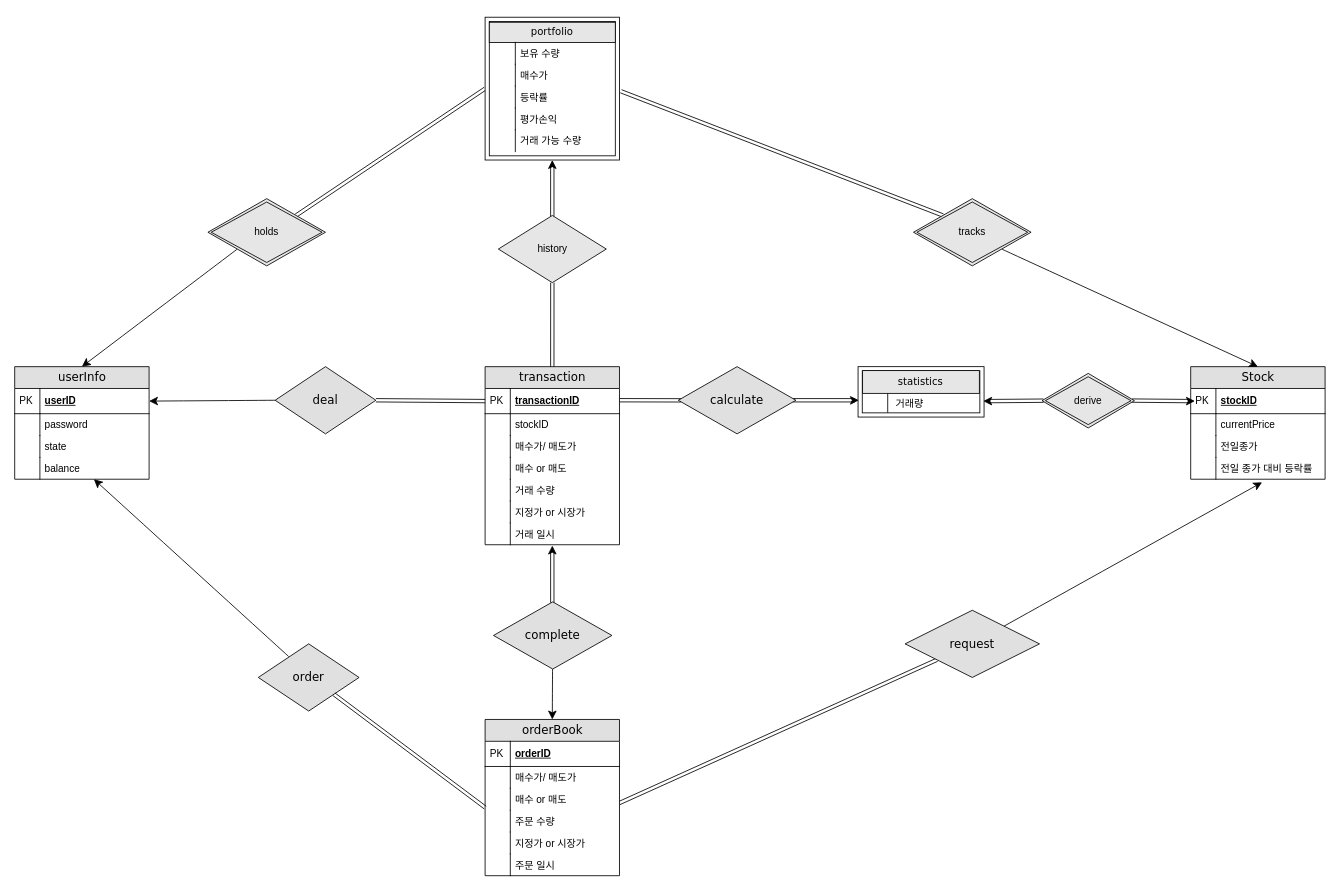
Earlier version of the draw.io diagram page "ER diagram" (2 of 4) of 제목 없는 다이어그램.drawio (juri1135/DBMS_2024). Source tidied: cells renumbered, new cells numbered last; positions are measured from the earlier drawing's top-left corner, leaving out a move shared by most shapes. Both pictures are drawn from the tidied source at 84%, with x=0, y=0 at pixel (14, 17).
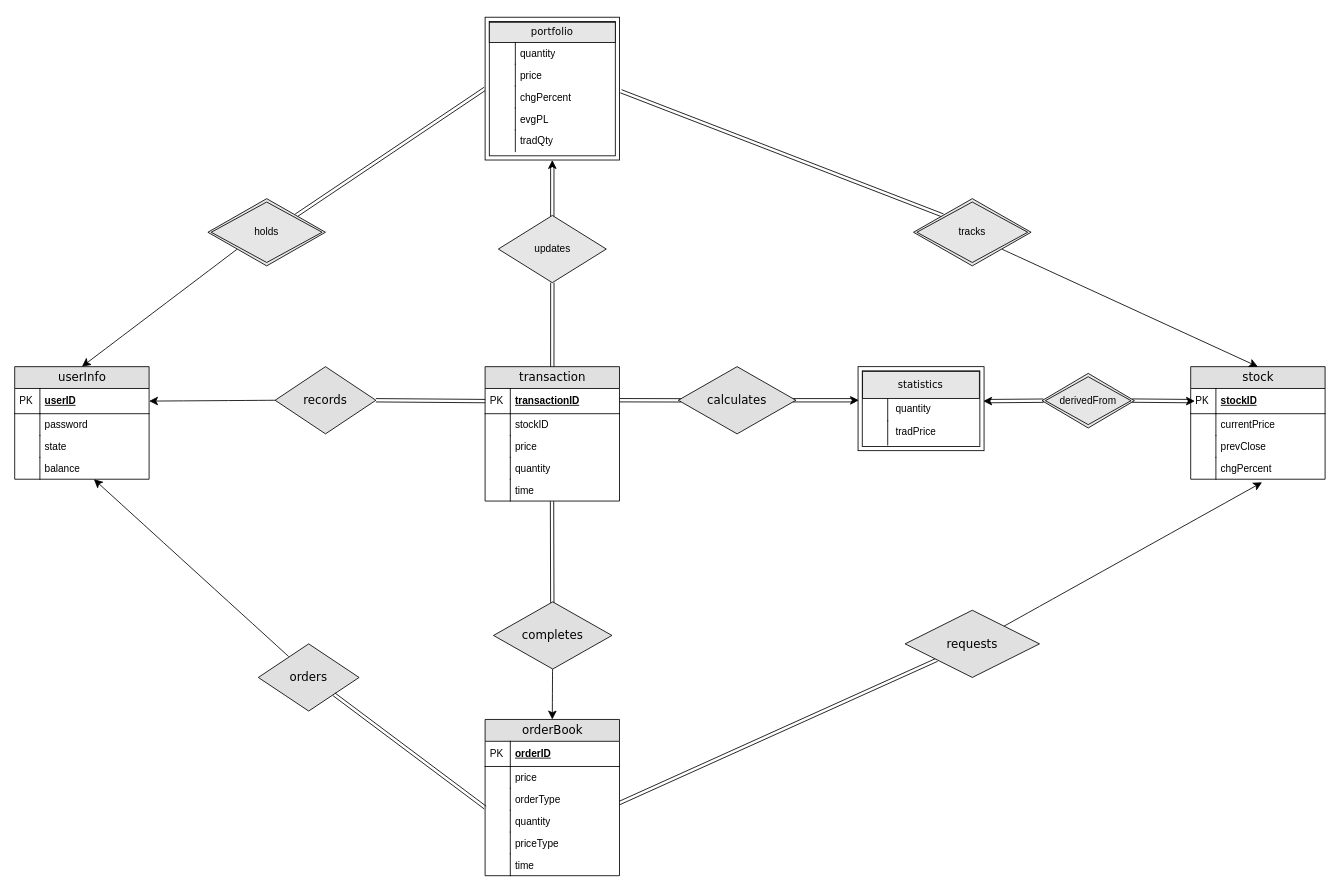
Above is the later version.

The change refers to these unchanged cells:
```xml
<mxCell id="18" value="orderBook" style="swimlane;html=1;fontStyle=0;horizontal=1;startSize=26;fillColor=#e0e0e0;swimlaneFillColor=#ffffff;align=center;rounded=0;shadow=0;comic=0;labelBackgroundColor=none;strokeWidth=1;fontFamily=Verdana;fontSize=14;" parent="1" vertex="1">
  <mxGeometry x="560" y="836" width="160" height="186" as="geometry" />
</mxCell>
```

Diff of the diagram source:
```diff
@@
     <mxCell id="2" value="transaction" style="swimlane;html=1;fontStyle=0;horizontal=1;startSize=26;fillColor=#e0e0e0;swimlaneFillColor=#ffffff;align=center;rounded=0;shadow=0;comic=0;labelBackgroundColor=none;strokeWidth=1;fontFamily=Verdana;fontSize=14;" parent="1" vertex="1">
-      <mxGeometry x="560" y="416" width="160" height="212" as="geometry" />
+      <mxGeometry x="560" y="416" width="160" height="160" as="geometry" />
     </mxCell>
@@
-    <mxCell id="7" value="매수가/ 매도가" style="shape=partialRectangle;top=0;left=0;right=0;bottom=0;html=1;align=left;verticalAlign=top;fillColor=none;spacingLeft=34;spacingRight=4;whiteSpace=wrap;overflow=hidden;" parent="2" vertex="1">
+    <mxCell id="7" value="price " style="shape=partialRectangle;top=0;left=0;right=0;bottom=0;html=1;align=left;verticalAlign=top;fillColor=none;spacingLeft=34;spacingRight=4;whiteSpace=wrap;overflow=hidden;" parent="2" vertex="1">
       <mxGeometry y="82" width="160" height="26" as="geometry" />
     </mxCell>
@@
-    <mxCell id="9" value="매수 or 매도" style="shape=partialRectangle;top=0;left=0;right=0;bottom=0;html=1;align=left;verticalAlign=top;fillColor=none;spacingLeft=34;spacingRight=4;whiteSpace=wrap;overflow=hidden;" parent="2" vertex="1">
-      <mxGeometry y="108" width="160" height="26" as="geometry" />
-    </mxCell>
-    <mxCell id="10" style="shape=partialRectangle;top=0;left=0;bottom=0;html=1;fillColor=none;align=left;verticalAlign=top;spacingLeft=4;spacingRight=4;whiteSpace=wrap;overflow=hidden;" parent="9" vertex="1">
-      <mxGeometry width="30" height="26" as="geometry" />
-    </mxCell>
-    <mxCell id="11" value="거래 수량" style="shape=partialRectangle;top=0;left=0;right=0;bottom=0;html=1;align=left;verticalAlign=top;fillColor=none;spacingLeft=34;spacingRight=4;whiteSpace=wrap;overflow=hidden;" parent="2" vertex="1">
-      <mxGeometry y="134" width="160" height="26" as="geometry" />
+    <mxCell id="11" value="quantity" style="shape=partialRectangle;top=0;left=0;right=0;bottom=0;html=1;align=left;verticalAlign=top;fillColor=none;spacingLeft=34;spacingRight=4;whiteSpace=wrap;overflow=hidden;" parent="2" vertex="1">
+      <mxGeometry y="108" width="160" height="26" as="geometry" />
     </mxCell>
@@
-    <mxCell id="13" value="지정가 or 시장가" style="shape=partialRectangle;top=0;left=0;right=0;bottom=0;html=1;align=left;verticalAlign=top;fillColor=none;spacingLeft=34;spacingRight=4;whiteSpace=wrap;overflow=hidden;" parent="2" vertex="1">
-      <mxGeometry y="160" width="160" height="26" as="geometry" />
-    </mxCell>
-    <mxCell id="14" style="shape=partialRectangle;top=0;left=0;bottom=0;html=1;fillColor=none;align=left;verticalAlign=top;spacingLeft=4;spacingRight=4;whiteSpace=wrap;overflow=hidden;" parent="13" vertex="1">
-      <mxGeometry width="30" height="26" as="geometry" />
-    </mxCell>
-    <mxCell id="15" value="거래 일시&lt;div&gt;&lt;br&gt;&lt;/div&gt;" style="shape=partialRectangle;top=0;left=0;right=0;bottom=0;html=1;align=left;verticalAlign=top;fillColor=none;spacingLeft=34;spacingRight=4;whiteSpace=wrap;overflow=hidden;points=[[0,0.5],[1,0.5]];portConstraint=eastwest;" parent="2" vertex="1">
-      <mxGeometry y="186" width="160" height="26" as="geometry" />
+    <mxCell id="15" value="time&lt;div&gt;&lt;br&gt;&lt;/div&gt;" style="shape=partialRectangle;top=0;left=0;right=0;bottom=0;html=1;align=left;verticalAlign=top;fillColor=none;spacingLeft=34;spacingRight=4;whiteSpace=wrap;overflow=hidden;points=[[0,0.5],[1,0.5]];portConstraint=eastwest;" parent="2" vertex="1">
+      <mxGeometry y="134" width="160" height="26" as="geometry" />
     </mxCell>
@@
-    <mxCell id="21" value="매수가/ 매도가" style="shape=partialRectangle;top=0;left=0;right=0;bottom=0;html=1;align=left;verticalAlign=top;fillColor=none;spacingLeft=34;spacingRight=4;whiteSpace=wrap;overflow=hidden;" parent="18" vertex="1">
+    <mxCell id="21" value="price " style="shape=partialRectangle;top=0;left=0;right=0;bottom=0;html=1;align=left;verticalAlign=top;fillColor=none;spacingLeft=34;spacingRight=4;whiteSpace=wrap;overflow=hidden;" parent="18" vertex="1">
       <mxGeometry y="56" width="160" height="26" as="geometry" />
     </mxCell>
@@
-    <mxCell id="23" value="매수 or 매도" style="shape=partialRectangle;top=0;left=0;right=0;bottom=0;html=1;align=left;verticalAlign=top;fillColor=none;spacingLeft=34;spacingRight=4;whiteSpace=wrap;overflow=hidden;points=[[0,0.5],[1,0.5]];portConstraint=eastwest;" parent="18" vertex="1">
+    <mxCell id="23" value="orderType" style="shape=partialRectangle;top=0;left=0;right=0;bottom=0;html=1;align=left;verticalAlign=top;fillColor=none;spacingLeft=34;spacingRight=4;whiteSpace=wrap;overflow=hidden;points=[[0,0.5],[1,0.5]];portConstraint=eastwest;" parent="18" vertex="1">
       <mxGeometry y="82" width="160" height="26" as="geometry" />
     </mxCell>
@@
-    <mxCell id="25" value="주문 수량" style="shape=partialRectangle;top=0;left=0;right=0;bottom=0;html=1;align=left;verticalAlign=top;fillColor=none;spacingLeft=34;spacingRight=4;whiteSpace=wrap;overflow=hidden;points=[[0,0.5],[1,0.5]];portConstraint=eastwest;" parent="18" vertex="1">
+    <mxCell id="25" value="quantity" style="shape=partialRectangle;top=0;left=0;right=0;bottom=0;html=1;align=left;verticalAlign=top;fillColor=none;spacingLeft=34;spacingRight=4;whiteSpace=wrap;overflow=hidden;points=[[0,0.5],[1,0.5]];portConstraint=eastwest;" parent="18" vertex="1">
       <mxGeometry y="108" width="160" height="26" as="geometry" />
     </mxCell>
@@
-    <mxCell id="27" value="지정가 or 시장가" style="shape=partialRectangle;top=0;left=0;right=0;bottom=0;html=1;align=left;verticalAlign=top;fillColor=none;spacingLeft=34;spacingRight=4;whiteSpace=wrap;overflow=hidden;" parent="18" vertex="1">
+    <mxCell id="27" value="priceType" style="shape=partialRectangle;top=0;left=0;right=0;bottom=0;html=1;align=left;verticalAlign=top;fillColor=none;spacingLeft=34;spacingRight=4;whiteSpace=wrap;overflow=hidden;" parent="18" vertex="1">
       <mxGeometry y="134" width="160" height="26" as="geometry" />
     </mxCell>
@@
-    <mxCell id="29" value="주문 일시&lt;div&gt;&lt;br&gt;&lt;/div&gt;" style="shape=partialRectangle;top=0;left=0;right=0;bottom=0;html=1;align=left;verticalAlign=top;fillColor=none;spacingLeft=34;spacingRight=4;whiteSpace=wrap;overflow=hidden;" parent="18" vertex="1">
+    <mxCell id="29" value="time&lt;div&gt;&lt;br&gt;&lt;/div&gt;" style="shape=partialRectangle;top=0;left=0;right=0;bottom=0;html=1;align=left;verticalAlign=top;fillColor=none;spacingLeft=34;spacingRight=4;whiteSpace=wrap;overflow=hidden;" parent="18" vertex="1">
       <mxGeometry y="160" width="160" height="26" as="geometry" />
     </mxCell>
@@
-    <mxCell id="31" value="Stock" style="swimlane;html=1;fontStyle=0;horizontal=1;startSize=26;fillColor=#e0e0e0;swimlaneFillColor=#ffffff;align=center;rounded=0;shadow=0;comic=0;labelBackgroundColor=none;strokeWidth=1;fontFamily=Verdana;fontSize=14;" parent="1" vertex="1">
+    <mxCell id="31" value="stock" style="swimlane;html=1;fontStyle=0;horizontal=1;startSize=26;fillColor=#e0e0e0;swimlaneFillColor=#ffffff;align=center;rounded=0;shadow=0;comic=0;labelBackgroundColor=none;strokeWidth=1;fontFamily=Verdana;fontSize=14;" parent="1" vertex="1">
       <mxGeometry x="1400" y="416" width="160" height="134" as="geometry" />
     </mxCell>
@@
-    <mxCell id="36" value="전일종가" style="shape=partialRectangle;top=0;left=0;right=0;bottom=0;html=1;align=left;verticalAlign=top;fillColor=none;spacingLeft=34;spacingRight=4;whiteSpace=wrap;overflow=hidden;" parent="31" vertex="1">
+    <mxCell id="36" value="prevClose" style="shape=partialRectangle;top=0;left=0;right=0;bottom=0;html=1;align=left;verticalAlign=top;fillColor=none;spacingLeft=34;spacingRight=4;whiteSpace=wrap;overflow=hidden;" parent="31" vertex="1">
       <mxGeometry y="82" width="160" height="26" as="geometry" />
     </mxCell>
@@
-    <mxCell id="38" value="전일 종가 대비 등락률" style="shape=partialRectangle;top=0;left=0;right=0;bottom=0;html=1;align=left;verticalAlign=top;fillColor=none;spacingLeft=34;spacingRight=4;whiteSpace=wrap;overflow=hidden;points=[[0,0.5],[1,0.5]];portConstraint=eastwest;" parent="31" vertex="1">
+    <mxCell id="38" value="   chgPercent" style="shape=partialRectangle;top=0;left=0;right=0;bottom=0;html=1;align=left;verticalAlign=top;fillColor=none;spacingLeft=34;spacingRight=4;whiteSpace=wrap;overflow=hidden;points=[[0,0.5],[1,0.5]];portConstraint=eastwest;" parent="31" vertex="1">
       <mxGeometry y="108" width="160" height="26" as="geometry" />
     </mxCell>
@@
-    <mxCell id="51" value="deal" style="rhombus;whiteSpace=wrap;html=1;fontSize=14;fontFamily=Verdana;fillColor=#e0e0e0;fontStyle=0;startSize=26;swimlaneFillColor=#ffffff;rounded=0;shadow=0;comic=0;labelBackgroundColor=none;strokeWidth=1;" parent="1" vertex="1">
+    <mxCell id="51" value="records" style="rhombus;whiteSpace=wrap;html=1;fontSize=14;fontFamily=Verdana;fillColor=#e0e0e0;fontStyle=0;startSize=26;swimlaneFillColor=#ffffff;rounded=0;shadow=0;comic=0;labelBackgroundColor=none;strokeWidth=1;" parent="1" vertex="1">
       <mxGeometry x="310" y="416" width="120" height="80" as="geometry" />
     </mxCell>
@@
-    <mxCell id="53" value="order" style="rhombus;whiteSpace=wrap;html=1;fontSize=14;fontFamily=Verdana;fillColor=#e0e0e0;fontStyle=0;startSize=26;swimlaneFillColor=#ffffff;rounded=0;shadow=0;comic=0;labelBackgroundColor=none;strokeWidth=1;" parent="1" vertex="1">
+    <mxCell id="53" value="orders" style="rhombus;whiteSpace=wrap;html=1;fontSize=14;fontFamily=Verdana;fillColor=#e0e0e0;fontStyle=0;startSize=26;swimlaneFillColor=#ffffff;rounded=0;shadow=0;comic=0;labelBackgroundColor=none;strokeWidth=1;" parent="1" vertex="1">
       <mxGeometry x="290" y="746" width="120" height="80" as="geometry" />
     </mxCell>
@@
-    <mxCell id="55" value="request" style="rhombus;whiteSpace=wrap;html=1;fontSize=14;fontFamily=Verdana;fillColor=#e0e0e0;fontStyle=0;startSize=26;swimlaneFillColor=#ffffff;rounded=0;shadow=0;comic=0;labelBackgroundColor=none;strokeWidth=1;" parent="1" vertex="1">
+    <mxCell id="55" value="requests" style="rhombus;whiteSpace=wrap;html=1;fontSize=14;fontFamily=Verdana;fillColor=#e0e0e0;fontStyle=0;startSize=26;swimlaneFillColor=#ffffff;rounded=0;shadow=0;comic=0;labelBackgroundColor=none;strokeWidth=1;" parent="1" vertex="1">
       <mxGeometry x="1060" y="706" width="160" height="80" as="geometry" />
     </mxCell>
@@
-    <mxCell id="58" value="calculate" style="rhombus;whiteSpace=wrap;html=1;fontSize=14;fontFamily=Verdana;fillColor=#e0e0e0;fontStyle=0;startSize=26;swimlaneFillColor=#ffffff;rounded=0;shadow=0;comic=0;labelBackgroundColor=none;strokeWidth=1;" parent="1" vertex="1">
+    <mxCell id="58" value="calculates" style="rhombus;whiteSpace=wrap;html=1;fontSize=14;fontFamily=Verdana;fillColor=#e0e0e0;fontStyle=0;startSize=26;swimlaneFillColor=#ffffff;rounded=0;shadow=0;comic=0;labelBackgroundColor=none;strokeWidth=1;" parent="1" vertex="1">
       <mxGeometry x="790" y="416" width="140" height="80" as="geometry" />
     </mxCell>
@@
     <mxCell id="73" style="group;" parent="1" vertex="1">
-      <mxGeometry x="1004" y="416" width="150" height="84" as="geometry" />
+      <mxGeometry x="1004" y="416" width="150" height="100" as="geometry" />
     </mxCell>
     <mxCell id="74" style="shape=ext;margin=3;double=1;whiteSpace=wrap;html=1;align=center;" parent="73" vertex="1">
-      <mxGeometry width="150" height="60" as="geometry" />
+      <mxGeometry width="150" height="100" as="geometry" />
     </mxCell>
-    <mxCell id="75" value="거래량" style="shape=partialRectangle;top=0;left=0;right=0;bottom=0;html=1;align=left;verticalAlign=top;fillColor=none;spacingLeft=34;spacingRight=4;whiteSpace=wrap;overflow=hidden;" parent="73" vertex="1">
-      <mxGeometry x="8.8" y="29.9" width="141.2" height="24.3" as="geometry" />
+    <mxCell id="75" value="quantity" style="shape=partialRectangle;top=0;left=0;right=0;bottom=0;html=1;align=left;verticalAlign=top;fillColor=none;spacingLeft=34;spacingRight=4;whiteSpace=wrap;overflow=hidden;" parent="73" vertex="1">
+      <mxGeometry x="8.8" y="35.6" width="141.2" height="28.9" as="geometry" />
     </mxCell>
     <mxCell id="76" style="shape=partialRectangle;top=0;left=0;bottom=0;html=1;fillColor=none;align=left;verticalAlign=top;spacingLeft=4;spacingRight=4;whiteSpace=wrap;overflow=hidden;" parent="75" vertex="1">
-      <mxGeometry width="26.5" height="24.3" as="geometry" />
+      <mxGeometry width="26.5" height="28.9" as="geometry" />
     </mxCell>
     <mxCell id="77" value="&lt;font face=&quot;Verdana&quot;&gt;statistics&lt;/font&gt;" style="rounded=0;whiteSpace=wrap;html=1;rotation=0;fillColor=#E6E6E6;" parent="73" vertex="1">
-      <mxGeometry x="5.4" y="4.7" width="139" height="27.1" as="geometry" />
+      <mxGeometry x="5.4" y="5.6" width="139" height="32.2" as="geometry" />
     </mxCell>
+    <mxCell id="100" value="tradPrice" style="shape=partialRectangle;top=0;left=0;right=0;bottom=0;html=1;align=left;verticalAlign=top;fillColor=none;spacingLeft=34;spacingRight=4;whiteSpace=wrap;overflow=hidden;" parent="73" vertex="1">
+      <mxGeometry x="8.8" y="64.4" width="141.2" height="28.9" as="geometry" />
+    </mxCell>
+    <mxCell id="101" style="shape=partialRectangle;top=0;left=0;bottom=0;html=1;fillColor=none;align=left;verticalAlign=top;spacingLeft=4;spacingRight=4;whiteSpace=wrap;overflow=hidden;" parent="100" vertex="1">
+      <mxGeometry width="26.5" height="28.9" as="geometry" />
+    </mxCell>
-    <mxCell id="78" value="derive" style="shape=rhombus;double=1;perimeter=rhombusPerimeter;whiteSpace=wrap;html=1;align=center;fillColor=#E6E6E6;" parent="1" vertex="1">
+    <mxCell id="78" value="derivedFrom" style="shape=rhombus;double=1;perimeter=rhombusPerimeter;whiteSpace=wrap;html=1;align=center;fillColor=#E6E6E6;" parent="1" vertex="1">
       <mxGeometry x="1223" y="424" width="110" height="65" as="geometry" />
     </mxCell>
@@
-    <mxCell id="80" value="complete" style="rhombus;whiteSpace=wrap;html=1;fontSize=14;fontFamily=Verdana;fillColor=#e0e0e0;fontStyle=0;startSize=26;swimlaneFillColor=#ffffff;rounded=0;shadow=0;comic=0;labelBackgroundColor=none;strokeWidth=1;" parent="1" vertex="1">
+    <mxCell id="80" value="completes" style="rhombus;whiteSpace=wrap;html=1;fontSize=14;fontFamily=Verdana;fillColor=#e0e0e0;fontStyle=0;startSize=26;swimlaneFillColor=#ffffff;rounded=0;shadow=0;comic=0;labelBackgroundColor=none;strokeWidth=1;" parent="1" vertex="1">
       <mxGeometry x="570" y="696" width="141" height="80" as="geometry" />
     </mxCell>
-    <mxCell id="81" value="history" style="rhombus;whiteSpace=wrap;html=1;fillColor=#E6E6E6;" parent="1" vertex="1">
+    <mxCell id="81" value="updates" style="rhombus;whiteSpace=wrap;html=1;fillColor=#E6E6E6;" parent="1" vertex="1">
       <mxGeometry x="575.8" y="236" width="128.5" height="80" as="geometry" />
     </mxCell>
@@
-    <mxCell id="87" value="보유 수량" style="shape=partialRectangle;top=0;left=0;right=0;bottom=0;html=1;align=left;verticalAlign=top;fillColor=none;spacingLeft=34;spacingRight=4;whiteSpace=wrap;overflow=hidden;" parent="1" vertex="1">
+    <mxCell id="87" value="quantity" style="shape=partialRectangle;top=0;left=0;right=0;bottom=0;html=1;align=left;verticalAlign=top;fillColor=none;spacingLeft=34;spacingRight=4;whiteSpace=wrap;overflow=hidden;" parent="1" vertex="1">
       <mxGeometry x="566" y="30" width="160" height="26" as="geometry" />
     </mxCell>
@@
-    <mxCell id="89" value="매수가" style="shape=partialRectangle;top=0;left=0;right=0;bottom=0;html=1;align=left;verticalAlign=top;fillColor=none;spacingLeft=34;spacingRight=4;whiteSpace=wrap;overflow=hidden;points=[[0,0.5],[1,0.5]];portConstraint=eastwest;" parent="1" vertex="1">
+    <mxCell id="89" value="price" style="shape=partialRectangle;top=0;left=0;right=0;bottom=0;html=1;align=left;verticalAlign=top;fillColor=none;spacingLeft=34;spacingRight=4;whiteSpace=wrap;overflow=hidden;points=[[0,0.5],[1,0.5]];portConstraint=eastwest;" parent="1" vertex="1">
       <mxGeometry x="566" y="56" width="160" height="26" as="geometry" />
     </mxCell>
@@
-    <mxCell id="91" value="등락률" style="shape=partialRectangle;top=0;left=0;right=0;bottom=0;html=1;align=left;verticalAlign=top;fillColor=none;spacingLeft=34;spacingRight=4;whiteSpace=wrap;overflow=hidden;" parent="1" vertex="1">
+    <mxCell id="91" value=" chgPercent" style="shape=partialRectangle;top=0;left=0;right=0;bottom=0;html=1;align=left;verticalAlign=top;fillColor=none;spacingLeft=34;spacingRight=4;whiteSpace=wrap;overflow=hidden;" parent="1" vertex="1">
       <mxGeometry x="566" y="82" width="160" height="26" as="geometry" />
     </mxCell>
@@
-    <mxCell id="93" value="평가손익" style="shape=partialRectangle;top=0;left=0;right=0;bottom=0;html=1;align=left;verticalAlign=top;fillColor=none;spacingLeft=34;spacingRight=4;whiteSpace=wrap;overflow=hidden;" parent="1" vertex="1">
+    <mxCell id="93" value=" evgPL" style="shape=partialRectangle;top=0;left=0;right=0;bottom=0;html=1;align=left;verticalAlign=top;fillColor=none;spacingLeft=34;spacingRight=4;whiteSpace=wrap;overflow=hidden;" parent="1" vertex="1">
       <mxGeometry x="566" y="108" width="160" height="26" as="geometry" />
     </mxCell>
@@
-    <mxCell id="95" value="거래 가능 수량" style="shape=partialRectangle;top=0;left=0;right=0;bottom=0;html=1;align=left;verticalAlign=top;fillColor=none;spacingLeft=34;spacingRight=4;whiteSpace=wrap;overflow=hidden;" parent="1" vertex="1">
+    <mxCell id="95" value="tradQty" style="shape=partialRectangle;top=0;left=0;right=0;bottom=0;html=1;align=left;verticalAlign=top;fillColor=none;spacingLeft=34;spacingRight=4;whiteSpace=wrap;overflow=hidden;" parent="1" vertex="1">
       <mxGeometry x="566" y="134" width="160" height="26" as="geometry" />
     </mxCell>
@@
-    <mxCell id="97" style="group;rotation=-90;" parent="1" vertex="1">
-      <mxGeometry x="600" y="670" width="78.7" height="0.1" as="geometry" />
-    </mxCell>
-    <mxCell id="98" style="endArrow=classic;html=1;rounded=0;fontSize=12;startSize=8;endSize=8;curved=1;exitX=0.099;exitY=0.035;exitDx=0;exitDy=0;exitPerimeter=0;entryX=0;entryY=0.5;entryDx=0;entryDy=0;" parent="97" edge="1">
-      <mxGeometry relative="1" as="geometry">
-        <mxPoint x="40" y="-34" as="sourcePoint" />
-        <mxPoint x="40" y="-41" as="targetPoint" />
-      </mxGeometry>
-    </mxCell>
-    <mxCell id="99" style="edgeStyle=none;curved=1;rounded=0;orthogonalLoop=1;jettySize=auto;html=1;fontSize=12;shape=link;strokeColor=default;" parent="1" edge="1">
+    <mxCell id="99" style="edgeStyle=none;curved=1;rounded=0;jettySize=auto;html=1;fontSize=12;shape=link;strokeColor=default;entryX=0.498;entryY=1.011;entryDx=0;entryDy=0;entryPerimeter=0;" parent="1" edge="1" target="15">
       <mxGeometry relative="1" as="geometry">
         <mxPoint x="640" y="697" as="sourcePoint" />
-        <mxPoint x="640" y="636" as="targetPoint" />
       </mxGeometry>
     </mxCell>
```
